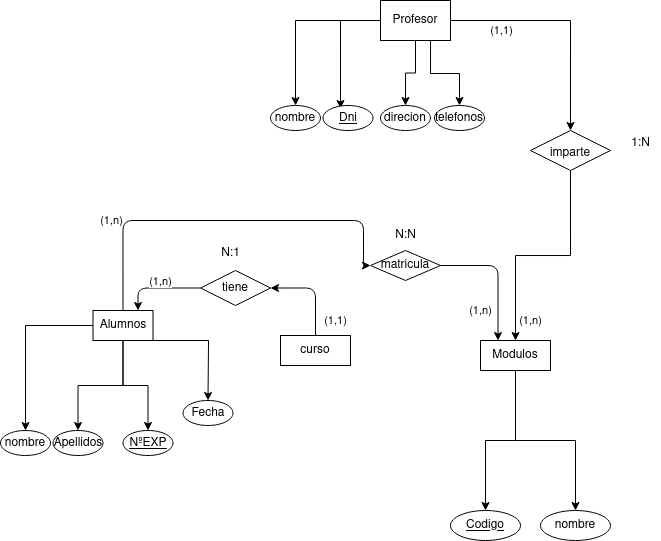
adogonz23/BAE keeps this draw.io diagram as Ejercicios/images/diagrama_BAE_E2.drawio.png. Above is the earlier version. Source tidied: cells renumbered, new cells last; positions are measured from the earlier drawing's top-left corner, leaving out a move shared by most shapes.
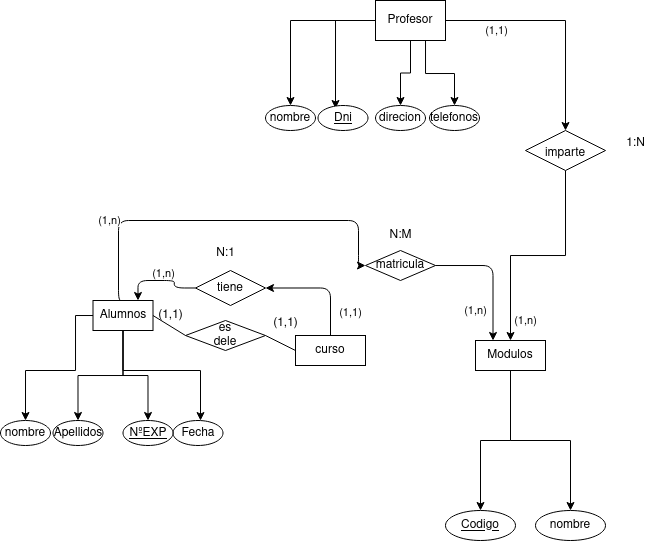
After the commit.

The edit, as a diff of the source:
```diff
@@ -3,13 +3,19 @@
     <mxCell id="0" />
     <mxCell id="1" parent="0" />
     <mxCell id="2" style="group;labelBackgroundColor=none;rounded=0;" parent="1" vertex="1">
-      <mxGeometry y="320" width="245" height="145" as="geometry" />
+      <mxGeometry x="5" y="310" width="265" height="145" as="geometry" />
     </mxCell>
     <mxCell id="3" value="nombre" style="ellipse;whiteSpace=wrap;html=1;labelBackgroundColor=none;rounded=0;" parent="2" vertex="1">
       <mxGeometry y="110" width="50" height="25" as="geometry" />
     </mxCell>
     <mxCell id="4" style="edgeStyle=orthogonalEdgeStyle;rounded=0;jettySize=auto;html=1;entryX=0.5;entryY=0;entryDx=0;entryDy=0;labelBackgroundColor=none;fontColor=default;" parent="2" edge="1" source="5" target="3">
-      <mxGeometry relative="1" as="geometry" />
+      <mxGeometry relative="1" as="geometry">
+        <Array as="points">
+          <mxPoint x="75" y="5" />
+          <mxPoint x="75" y="60" />
+          <mxPoint x="25" y="60" />
+        </Array>
+      </mxGeometry>
     </mxCell>
     <mxCell id="5" value="Alumnos" style="rounded=0;whiteSpace=wrap;html=1;labelBackgroundColor=none;" parent="2" vertex="1">
       <mxGeometry x="92.5" y="-10" width="60" height="30" as="geometry" />
@@ -21,12 +27,13 @@
       <mxGeometry relative="1" as="geometry" />
     </mxCell>
     <mxCell id="8" value="Fecha" style="ellipse;whiteSpace=wrap;html=1;labelBackgroundColor=none;rounded=0;" parent="2" vertex="1">
-      <mxGeometry x="182.5" y="80" width="50" height="25" as="geometry" />
+      <mxGeometry x="172.5" y="110" width="50" height="25" as="geometry" />
     </mxCell>
     <mxCell id="9" style="edgeStyle=orthogonalEdgeStyle;rounded=0;jettySize=auto;html=1;labelBackgroundColor=none;fontColor=default;" parent="2" edge="1" source="5" target="8">
       <mxGeometry relative="1" as="geometry">
         <Array as="points">
-          <mxPoint x="208" y="20" />
+          <mxPoint x="122" y="60" />
+          <mxPoint x="200" y="60" />
         </Array>
       </mxGeometry>
     </mxCell>
@@ -34,8 +41,22 @@
       <mxGeometry x="122.5" y="110" width="50" height="25" as="geometry" />
     </mxCell>
     <mxCell id="11" style="edgeStyle=orthogonalEdgeStyle;rounded=0;jettySize=auto;html=1;entryX=0.5;entryY=0;entryDx=0;entryDy=0;labelBackgroundColor=none;fontColor=default;" parent="2" edge="1" source="5" target="10">
-      <mxGeometry relative="1" as="geometry" />
+      <mxGeometry relative="1" as="geometry">
+        <Array as="points">
+          <mxPoint x="122" y="65" />
+          <mxPoint x="148" y="65" />
+        </Array>
+      </mxGeometry>
     </mxCell>
+    <mxCell id="48" value="&lt;div&gt;es &lt;br&gt;&lt;/div&gt;&lt;div&gt;dele&lt;br&gt;&lt;/div&gt;" style="rhombus;whiteSpace=wrap;html=1;" parent="2" vertex="1">
+      <mxGeometry x="185" y="10" width="80" height="30" as="geometry" />
+    </mxCell>
+    <mxCell id="49" style="endArrow=none;html=1;rounded=0;exitX=0;exitY=0.5;exitDx=0;exitDy=0;entryX=1;entryY=0.5;entryDx=0;entryDy=0;" parent="2" edge="1" source="48" target="5">
+      <mxGeometry relative="1" as="geometry" />
+    </mxCell>
+    <mxCell id="50" value="(1,1)" style="text;html=1;align=center;verticalAlign=middle;strokeColor=none;fillColor=none;" parent="2" vertex="1">
+      <mxGeometry x="145" y="-10" width="50" height="30" as="geometry" />
+    </mxCell>
     <mxCell id="12" style="group;rounded=0;" parent="1" vertex="1">
       <mxGeometry x="450" y="340" width="160" height="200" as="geometry" />
     </mxCell>
@@ -58,7 +79,7 @@
       <mxGeometry relative="1" as="geometry" />
     </mxCell>
     <mxCell id="19" style="group;rounded=0;" parent="1" vertex="1">
-      <mxGeometry x="280" y="335" width="110" height="200" as="geometry" />
+      <mxGeometry x="300" y="335" width="110" height="200" as="geometry" />
     </mxCell>
     <mxCell id="20" value="&lt;div&gt;curso&lt;/div&gt;" style="rounded=0;whiteSpace=wrap;html=1;labelBackgroundColor=none;" parent="19" vertex="1">
       <mxGeometry width="70" height="30" as="geometry" />
@@ -158,8 +179,8 @@
         <mxPoint x="22" y="21" as="offset" />
       </mxGeometry>
     </mxCell>
-    <mxCell id="45" value="N:N" style="text;html=1;align=center;verticalAlign=middle;strokeColor=none;fillColor=none;" parent="1" vertex="1">
-      <mxGeometry x="385" y="220" width="40" height="30" as="geometry" />
+    <mxCell id="45" value="N:M" style="text;html=1;align=center;verticalAlign=middle;strokeColor=none;fillColor=none;" parent="1" vertex="1">
+      <mxGeometry x="380" y="220" width="50" height="30" as="geometry" />
     </mxCell>
     <mxCell id="46" value="1:N" style="text;html=1;align=center;verticalAlign=middle;strokeColor=none;fillColor=none;" parent="1" vertex="1">
       <mxGeometry x="620" y="128" width="40" height="30" as="geometry" />
@@ -167,5 +188,11 @@
     <mxCell id="47" value="N:1" style="text;html=1;align=center;verticalAlign=middle;strokeColor=none;fillColor=none;" parent="1" vertex="1">
       <mxGeometry x="210" y="238" width="40" height="30" as="geometry" />
     </mxCell>
+    <mxCell id="51" style="endArrow=none;html=1;rounded=0;entryX=0;entryY=0.5;entryDx=0;entryDy=0;exitX=1;exitY=0.5;exitDx=0;exitDy=0;" parent="1" edge="1" source="48" target="20">
+      <mxGeometry relative="1" as="geometry" />
+    </mxCell>
+    <mxCell id="52" value="(1,1)" style="text;html=1;align=center;verticalAlign=middle;strokeColor=none;fillColor=none;" parent="1" vertex="1">
+      <mxGeometry x="265" y="308" width="50" height="30" as="geometry" />
+    </mxCell>
   </root>
 </mxGraphModel>
```
